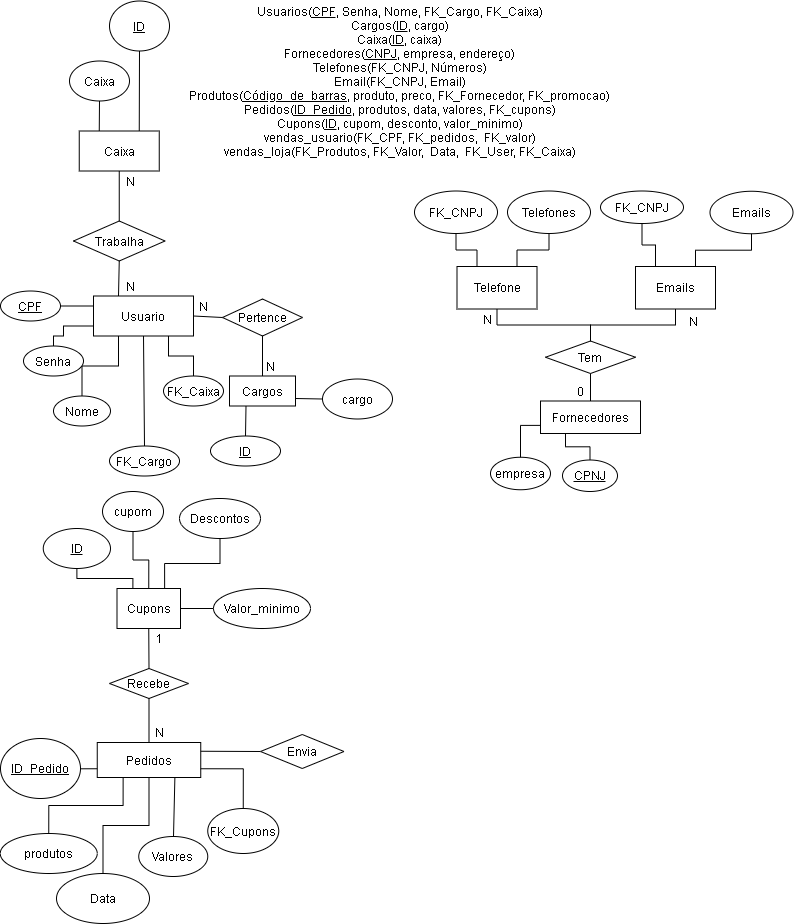
Above: Innovate Market.png in 1NxT/Innovate-Market (draw.io), before the change. Source tidied: cells renumbered, new cells last; positions are measured from the earlier drawing's top-left corner, leaving out a move shared by most shapes.
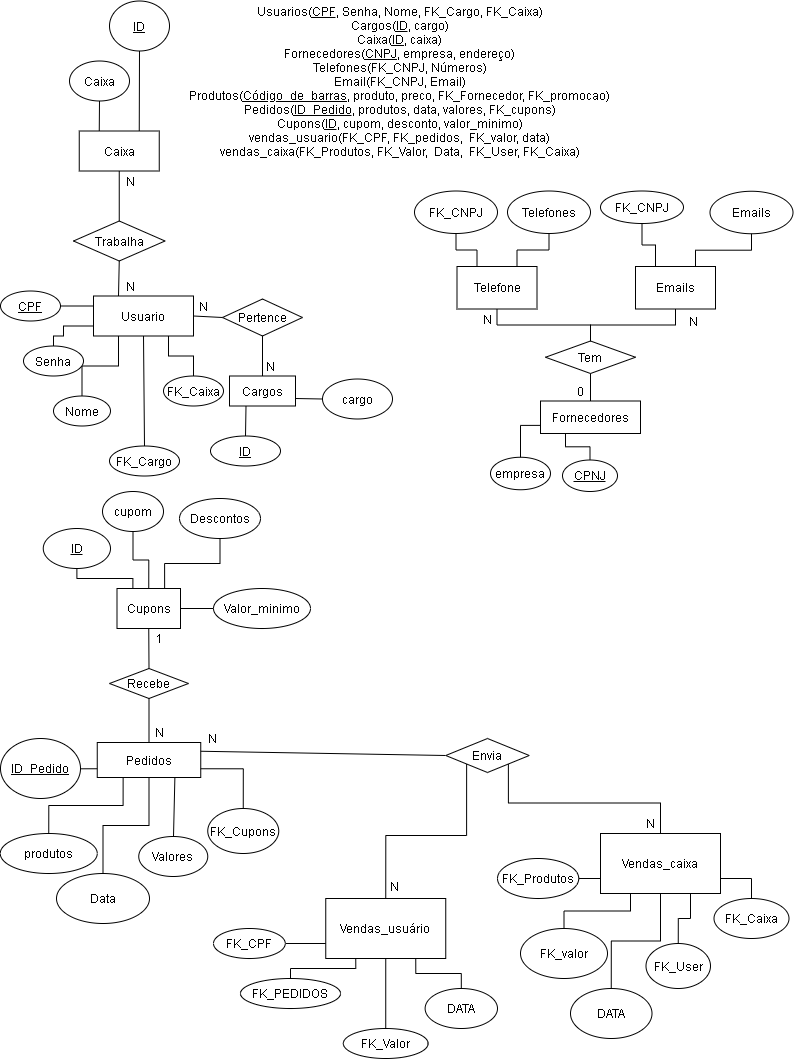
The same diagram one commit later.

Diff of the diagram source:
```diff
@@ -2,7 +2,7 @@
   <root>
     <mxCell id="0" />
     <mxCell id="1" parent="0" />
-    <mxCell id="2" value="Usuarios(&lt;u&gt;CPF&lt;/u&gt;, Senha, Nome, FK_Cargo, FK_Caixa)&lt;br&gt;Cargos(&lt;u&gt;ID&lt;/u&gt;, cargo)&lt;br&gt;Caixa(&lt;u&gt;ID&lt;/u&gt;, caixa)&lt;br&gt;Fornecedores(&lt;u&gt;CNPJ&lt;/u&gt;, empresa, endereço)&lt;br&gt;Telefones(FK_CNPJ, Números)&lt;br&gt;Email(FK_CNPJ, Email)&lt;br&gt;Produtos(&lt;u&gt;Código_de_barras&lt;/u&gt;, produto, preco, FK_Fornecedor, FK_promocao)&lt;br&gt;Pedidos(&lt;u&gt;ID_Pedido&lt;/u&gt;, produtos, data, valores, FK_cupons)&lt;br&gt;Cupons(&lt;u&gt;ID&lt;/u&gt;, cupom, desconto, valor_minimo)&lt;br&gt;vendas_usuario(FK_CPF, FK_pedidos,&amp;nbsp; FK_valor)&lt;br&gt;vendas_loja(FK_Produtos, FK_Valor,&amp;nbsp; Data,&amp;nbsp; FK_User, FK_Caixa)" style="text;html=1;align=center;verticalAlign=middle;strokeColor=none;" parent="1" vertex="1">
+    <mxCell id="2" value="Usuarios(&lt;u&gt;CPF&lt;/u&gt;, Senha, Nome, FK_Cargo, FK_Caixa)&lt;br&gt;Cargos(&lt;u&gt;ID&lt;/u&gt;, cargo)&lt;br&gt;Caixa(&lt;u&gt;ID&lt;/u&gt;, caixa)&lt;br&gt;Fornecedores(&lt;u&gt;CNPJ&lt;/u&gt;, empresa, endereço)&lt;br&gt;Telefones(FK_CNPJ, Números)&lt;br&gt;Email(FK_CNPJ, Email)&lt;br&gt;Produtos(&lt;u&gt;Código_de_barras&lt;/u&gt;, produto, preco, FK_Fornecedor, FK_promocao)&lt;br&gt;Pedidos(&lt;u&gt;ID_Pedido&lt;/u&gt;, produtos, data, valores, FK_cupons)&lt;br&gt;Cupons(&lt;u&gt;ID&lt;/u&gt;, cupom, desconto, valor_minimo)&lt;br&gt;vendas_usuario(FK_CPF, FK_pedidos,&amp;nbsp; FK_valor, data)&lt;br&gt;vendas_caixa(FK_Produtos, FK_Valor,&amp;nbsp; Data,&amp;nbsp; FK_User, FK_Caixa)" style="text;html=1;align=center;verticalAlign=middle;strokeColor=none;" parent="1" vertex="1">
       <mxGeometry x="179" y="0.5" width="440" height="160" as="geometry" />
     </mxCell>
     <mxCell id="3" value="Usuario" style="whiteSpace=wrap;html=1;align=center;rounded=0;sketch=0;" parent="1" vertex="1">
@@ -253,7 +253,82 @@
       <mxGeometry relative="1" as="geometry" />
     </mxCell>
     <mxCell id="82" value="Envia" style="rhombus;whiteSpace=wrap;html=1;rounded=0;sketch=0;" parent="1" vertex="1">
-      <mxGeometry x="260" y="734" width="83.5" height="34" as="geometry" />
+      <mxGeometry x="445.2" y="738" width="83.5" height="34" as="geometry" />
     </mxCell>
+    <mxCell id="83" value="Vendas_usuário" style="rounded=0;whiteSpace=wrap;html=1;sketch=0;" parent="1" vertex="1">
+      <mxGeometry x="325.2" y="898" width="120" height="60" as="geometry" />
+    </mxCell>
+    <mxCell id="84" value="Vendas_caixa" style="rounded=0;whiteSpace=wrap;html=1;sketch=0;" parent="1" vertex="1">
+      <mxGeometry x="600" y="833" width="120" height="60" as="geometry" />
+    </mxCell>
+    <mxCell id="85" style="endArrow=none;html=1;strokeColor=#000000;exitX=0.5;exitY=0;exitDx=0;exitDy=0;entryX=0;entryY=1;entryDx=0;entryDy=0;edgeStyle=orthogonalEdgeStyle;rounded=0;" parent="1" edge="1" source="83" target="82">
+      <mxGeometry relative="1" as="geometry" />
+    </mxCell>
+    <mxCell id="86" style="endArrow=none;html=1;strokeColor=#000000;exitX=0.5;exitY=0;exitDx=0;exitDy=0;entryX=1;entryY=1;entryDx=0;entryDy=0;edgeStyle=orthogonalEdgeStyle;rounded=0;" parent="1" edge="1" source="84" target="82">
+      <mxGeometry relative="1" as="geometry" />
+    </mxCell>
+    <mxCell id="87" value="N" style="text;html=1;align=center;verticalAlign=middle;strokeColor=none;" parent="1" vertex="1">
+      <mxGeometry x="202" y="728" width="20" height="20" as="geometry" />
+    </mxCell>
+    <mxCell id="88" value="N" style="text;html=1;align=center;verticalAlign=middle;strokeColor=none;" parent="1" vertex="1">
+      <mxGeometry x="384" y="876" width="20" height="20" as="geometry" />
+    </mxCell>
+    <mxCell id="89" value="N" style="text;html=1;align=center;verticalAlign=middle;strokeColor=none;" parent="1" vertex="1">
+      <mxGeometry x="640" y="813" width="20" height="20" as="geometry" />
+    </mxCell>
+    <mxCell id="90" style="endArrow=none;html=1;strokeColor=#000000;exitX=0;exitY=0.75;exitDx=0;exitDy=0;entryX=1;entryY=0.5;entryDx=0;entryDy=0;" parent="1" edge="1" source="83" target="91">
+      <mxGeometry relative="1" as="geometry" />
+    </mxCell>
+    <mxCell id="91" value="FK_CPF&lt;span style=&quot;color: rgba(0 , 0 , 0 , 0) ; font-family: monospace ; font-size: 0px&quot;&gt;%3CmxGraphModel%3E%3Croot%3E%3CmxCell%20id%3D%220%22%2F%3E%3CmxCell%20id%3D%221%22%20parent%3D%220%22%2F%3E%3CmxCell%20id%3D%222%22%20value%3D%22N%22%20style%3D%22text%3Bhtml%3D1%3Balign%3Dcenter%3BverticalAlign%3Dmiddle%3Bresizable%3D0%3Bpoints%3D%5B%5D%3Bautosize%3D1%3BstrokeColor%3Dnone%3B%22%20vertex%3D%221%22%20parent%3D%221%22%3E%3CmxGeometry%20x%3D%22394%22%20y%3D%22878%22%20width%3D%2220%22%20height%3D%2220%22%20as%3D%22geometry%22%2F%3E%3C%2FmxCell%3E%3C%2Froot%3E%3C%2FmxGraphModel%3E&lt;/span&gt;" style="ellipse;whiteSpace=wrap;html=1;rounded=0;sketch=0;" parent="1" vertex="1">
+      <mxGeometry x="213" y="928" width="71.8" height="30" as="geometry" />
+    </mxCell>
+    <mxCell id="92" value="FK_PEDIDOS&lt;span style=&quot;color: rgba(0 , 0 , 0 , 0) ; font-family: monospace ; font-size: 0px&quot;&gt;%3CmxGraphModel%3E%3Croot%3E%3CmxCell%20id%3D%220%22%2F%3E%3CmxCell%20id%3D%221%22%20parent%3D%220%22%2F%3E%3CmxCell%20id%3D%222%22%20value%3D%22N%22%20style%3D%22text%3Bhtml%3D1%3Balign%3Dcenter%3BverticalAlign%3Dmiddle%3Bresizable%3D0%3Bpoints%3D%5B%5D%3Bautosize%3D1%3BstrokeColor%3Dnone%3B%22%20vertex%3D%221%22%20parent%3D%221%22%3E%3CmxGeometry%20x%3D%22394%22%20y%3D%22878%22%20width%3D%2220%22%20height%3D%2220%22%20as%3D%22geometry%22%2F%3E%3C%2FmxCell%3E%3C%2Froot%3E%3C%2FmxGraphModel%&lt;/span&gt;" style="ellipse;whiteSpace=wrap;html=1;rounded=0;sketch=0;" parent="1" vertex="1">
+      <mxGeometry x="240" y="978" width="100" height="30" as="geometry" />
+    </mxCell>
+    <mxCell id="93" style="endArrow=none;html=1;strokeColor=#000000;exitX=0.5;exitY=0;exitDx=0;exitDy=0;edgeStyle=orthogonalEdgeStyle;rounded=0;entryX=0.25;entryY=1;entryDx=0;entryDy=0;" parent="1" edge="1" source="92" target="83">
+      <mxGeometry relative="1" as="geometry" />
+    </mxCell>
+    <mxCell id="94" style="endArrow=none;html=1;strokeColor=#000000;entryX=0.5;entryY=1;entryDx=0;entryDy=0;exitX=0.5;exitY=0;exitDx=0;exitDy=0;" parent="1" edge="1" source="95" target="83">
+      <mxGeometry relative="1" as="geometry" />
+    </mxCell>
+    <mxCell id="95" value="FK_Valor" style="ellipse;whiteSpace=wrap;html=1;rounded=0;sketch=0;" parent="1" vertex="1">
+      <mxGeometry x="342.9" y="1028" width="84.8" height="30" as="geometry" />
+    </mxCell>
+    <mxCell id="96" value="FK_Produtos" style="ellipse;whiteSpace=wrap;html=1;rounded=0;sketch=0;" parent="1" vertex="1">
+      <mxGeometry x="497" y="858" width="81.2" height="40" as="geometry" />
+    </mxCell>
+    <mxCell id="97" style="endArrow=none;html=1;strokeColor=#000000;entryX=0;entryY=0.75;entryDx=0;entryDy=0;exitX=1;exitY=0.5;exitDx=0;exitDy=0;" parent="1" edge="1" source="96" target="84">
+      <mxGeometry relative="1" as="geometry" />
+    </mxCell>
+    <mxCell id="98" style="endArrow=none;html=1;strokeColor=#000000;exitX=0.25;exitY=1;exitDx=0;exitDy=0;entryX=0.5;entryY=0;entryDx=0;entryDy=0;edgeStyle=orthogonalEdgeStyle;rounded=0;" parent="1" edge="1" source="84" target="99">
+      <mxGeometry relative="1" as="geometry" />
+    </mxCell>
+    <mxCell id="99" value="FK_valor" style="ellipse;whiteSpace=wrap;html=1;rounded=0;sketch=0;" parent="1" vertex="1">
+      <mxGeometry x="520" y="928" width="87" height="50" as="geometry" />
+    </mxCell>
+    <mxCell id="100" style="endArrow=none;html=1;strokeColor=#000000;exitX=0.5;exitY=1;exitDx=0;exitDy=0;edgeStyle=orthogonalEdgeStyle;rounded=0;" parent="1" edge="1" source="84" target="101">
+      <mxGeometry relative="1" as="geometry" />
+    </mxCell>
+    <mxCell id="101" value="DATA" style="ellipse;whiteSpace=wrap;html=1;rounded=0;sketch=0;" parent="1" vertex="1">
+      <mxGeometry x="570" y="988" width="81.5" height="50" as="geometry" />
+    </mxCell>
+    <mxCell id="102" value="DATA" style="ellipse;whiteSpace=wrap;html=1;rounded=0;sketch=0;" parent="1" vertex="1">
+      <mxGeometry x="424.6" y="988" width="72.4" height="40" as="geometry" />
+    </mxCell>
+    <mxCell id="103" style="endArrow=none;html=1;strokeColor=#000000;exitX=0.75;exitY=1;exitDx=0;exitDy=0;entryX=0.5;entryY=0;entryDx=0;entryDy=0;edgeStyle=orthogonalEdgeStyle;rounded=0;" parent="1" edge="1" source="83" target="102">
+      <mxGeometry relative="1" as="geometry" />
+    </mxCell>
+    <mxCell id="104" style="endArrow=none;html=1;strokeColor=#000000;entryX=0.75;entryY=1;entryDx=0;entryDy=0;exitX=0.5;exitY=0;exitDx=0;exitDy=0;edgeStyle=orthogonalEdgeStyle;rounded=0;" parent="1" edge="1" source="105" target="84">
+      <mxGeometry relative="1" as="geometry" />
+    </mxCell>
+    <mxCell id="105" value="FK_User" style="ellipse;whiteSpace=wrap;html=1;rounded=0;sketch=0;" parent="1" vertex="1">
+      <mxGeometry x="645.5" y="943" width="64.5" height="45" as="geometry" />
+    </mxCell>
+    <mxCell id="106" value="FK_Caixa" style="ellipse;whiteSpace=wrap;html=1;rounded=0;sketch=0;" parent="1" vertex="1">
+      <mxGeometry x="713.5" y="898" width="75" height="40" as="geometry" />
+    </mxCell>
+    <mxCell id="107" style="endArrow=none;html=1;strokeColor=#000000;exitX=1;exitY=0.75;exitDx=0;exitDy=0;entryX=0.5;entryY=0;entryDx=0;entryDy=0;rounded=0;edgeStyle=orthogonalEdgeStyle;" parent="1" edge="1" source="84" target="106">
+      <mxGeometry relative="1" as="geometry" />
+    </mxCell>
   </root>
 </mxGraphModel>
```
